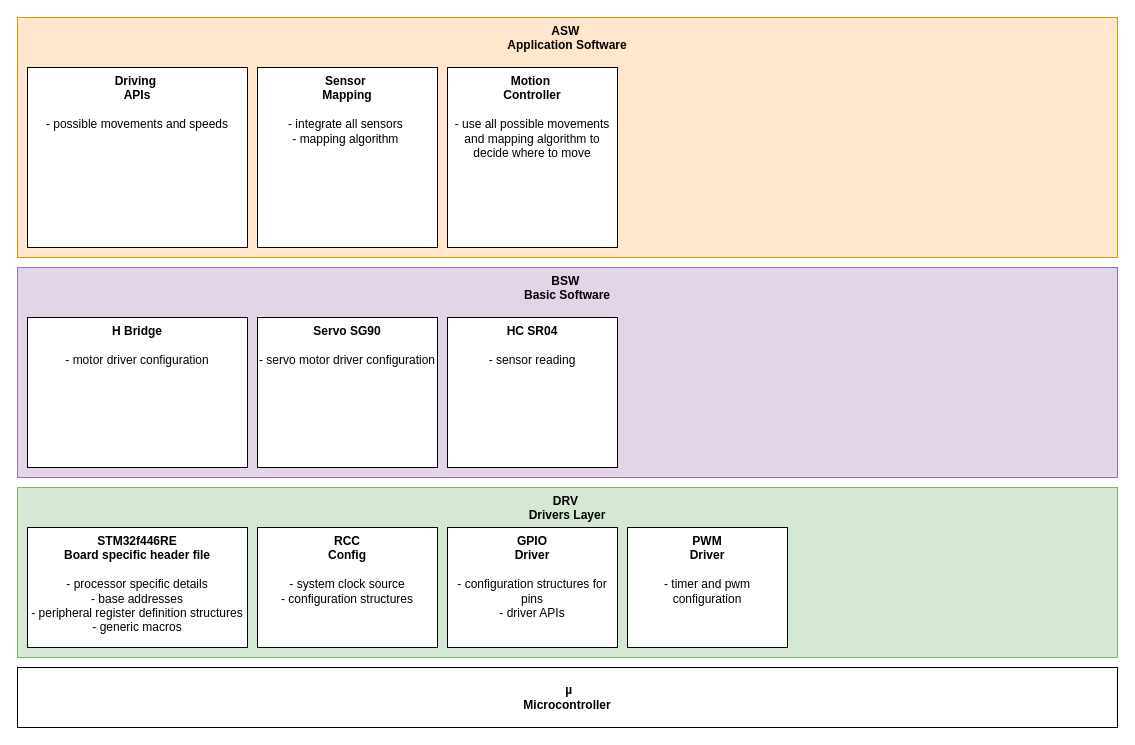
Above: page "Layers" (1 of 3) of Architecture/architecture.drawio in bogdancupsa/MobileRobotPlatform (draw.io), before the change. Source tidied: cells renumbered, new cells numbered last; positions are measured from the earlier drawing's top-left corner, leaving out a move shared by most shapes. Both pictures are drawn from the tidied source at 100%, with x=0, y=0 at pixel (17, 17).
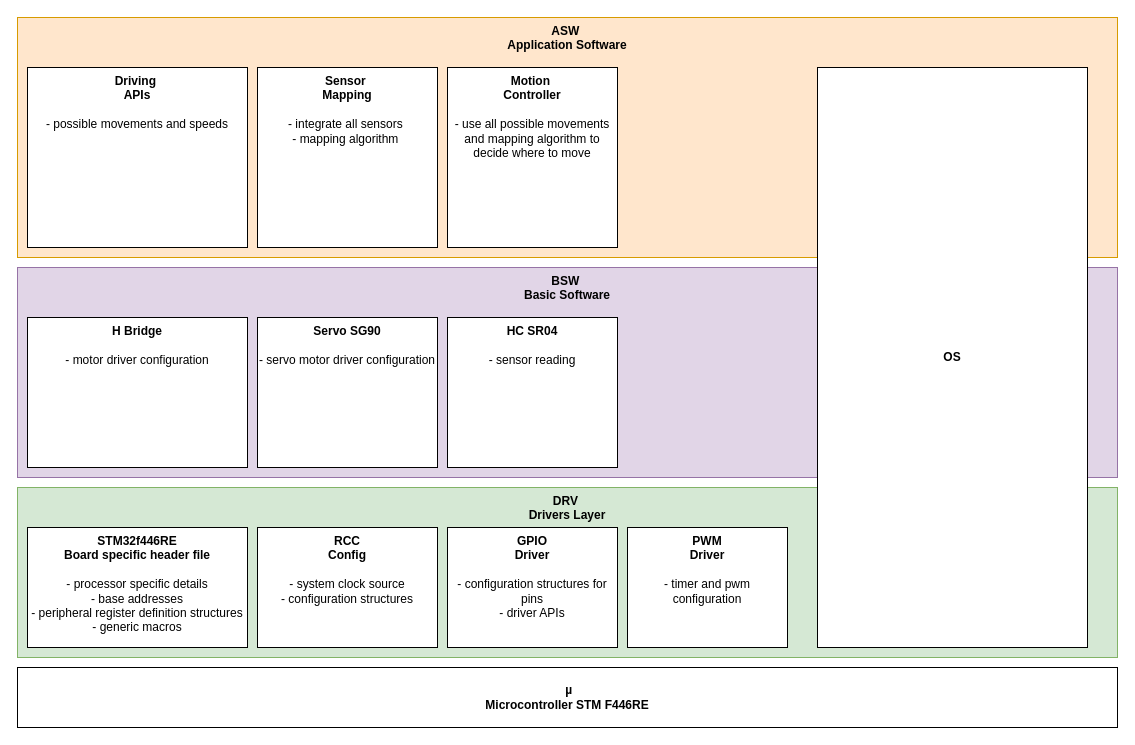
After the change.

Change to the diagram source:
```diff
@@
 <mxGraphModel>
   <root>
     <mxCell id="0" />
     <mxCell id="1" parent="0" />
-    <mxCell id="2" value="&lt;b&gt;&amp;nbsp;µ&lt;br&gt;Microcontroller&lt;/b&gt;" style="rounded=0;whiteSpace=wrap;html=1;" parent="1" vertex="1">
+    <mxCell id="2" value="&lt;b&gt;&amp;nbsp;µ&lt;br&gt;Microcontroller STM F446RE&lt;/b&gt;" style="rounded=0;whiteSpace=wrap;html=1;" parent="1" vertex="1">
       <mxGeometry y="650" width="1100" height="60" as="geometry" />
     </mxCell>
     <mxCell id="3" value="&lt;b&gt;BSW&amp;nbsp;&lt;/b&gt;&lt;div&gt;&lt;b&gt;Basic Software&lt;/b&gt;&lt;/div&gt;" style="rounded=0;whiteSpace=wrap;html=1;fillColor=#e1d5e7;strokeColor=#9673a6;verticalAlign=top;" parent="1" vertex="1">
       <mxGeometry y="250" width="1100" height="210" as="geometry" />
     </mxCell>
     <mxCell id="4" value="&lt;b&gt;ASW&amp;nbsp;&lt;/b&gt;&lt;div&gt;&lt;b&gt;Application Software&lt;/b&gt;&lt;/div&gt;" style="rounded=0;whiteSpace=wrap;html=1;fillColor=#ffe6cc;strokeColor=#d79b00;verticalAlign=top;" parent="1" vertex="1">
       <mxGeometry width="1100" height="240" as="geometry" />
     </mxCell>
     <mxCell id="5" value="&lt;b&gt;DRV&amp;nbsp;&lt;/b&gt;&lt;div&gt;&lt;b&gt;Drivers Layer&lt;/b&gt;&lt;/div&gt;" style="rounded=0;fillColor=#d5e8d4;strokeColor=#82b366;labelPosition=center;verticalLabelPosition=middle;align=center;verticalAlign=top;labelBackgroundColor=none;whiteSpace=wrap;html=1;" parent="1" vertex="1">
       <mxGeometry y="470" width="1100" height="170" as="geometry" />
     </mxCell>
     <mxCell id="6" value="&lt;b&gt;GPIO &lt;br&gt;Driver&lt;/b&gt;&lt;div&gt;&lt;b&gt;&lt;br&gt;&lt;/b&gt;&lt;/div&gt;&lt;div&gt;- configuration structures for pins&lt;/div&gt;&lt;div&gt;- driver APIs&lt;/div&gt;" style="rounded=0;whiteSpace=wrap;html=1;verticalAlign=top;" parent="1" vertex="1">
       <mxGeometry x="430" y="510" width="170" height="120" as="geometry" />
     </mxCell>
     <mxCell id="7" value="&lt;b&gt;RCC&lt;/b&gt;&lt;div&gt;&lt;b&gt;Config&lt;/b&gt;&lt;/div&gt;&lt;div&gt;&lt;b&gt;&lt;br&gt;&lt;/b&gt;&lt;/div&gt;&lt;div&gt;- system clock source&lt;/div&gt;&lt;div&gt;- configuration structures&lt;/div&gt;" style="rounded=0;whiteSpace=wrap;html=1;verticalAlign=top;" parent="1" vertex="1">
       <mxGeometry x="240" y="510" width="180" height="120" as="geometry" />
     </mxCell>
     <mxCell id="8" value="&lt;b&gt;STM32f446RE &lt;br&gt;Board specific header file&lt;/b&gt;&lt;div&gt;&lt;b&gt;&lt;br&gt;&lt;/b&gt;&lt;div&gt;- processor specific details&lt;/div&gt;&lt;div&gt;- base addresses&lt;/div&gt;&lt;div&gt;- peripheral register definition structures&lt;/div&gt;&lt;div&gt;- generic macros&lt;/div&gt;&lt;/div&gt;" style="rounded=0;whiteSpace=wrap;html=1;verticalAlign=top;" parent="1" vertex="1">
       <mxGeometry x="10" y="510" width="220" height="120" as="geometry" />
     </mxCell>
     <mxCell id="9" value="&lt;b&gt;H Bridge&lt;/b&gt;&lt;div&gt;&lt;b&gt;&lt;br&gt;&lt;/b&gt;&lt;/div&gt;&lt;div&gt;- motor driver configuration&lt;/div&gt;" style="rounded=0;whiteSpace=wrap;html=1;verticalAlign=top;" parent="1" vertex="1">
       <mxGeometry x="10" y="300" width="220" height="150" as="geometry" />
     </mxCell>
     <mxCell id="10" value="&lt;b&gt;HC SR04&lt;/b&gt;&lt;div&gt;&lt;b&gt;&lt;br&gt;&lt;/b&gt;&lt;/div&gt;&lt;div&gt;- sensor reading&lt;/div&gt;" style="rounded=0;whiteSpace=wrap;html=1;verticalAlign=top;" parent="1" vertex="1">
       <mxGeometry x="430" y="300" width="170" height="150" as="geometry" />
     </mxCell>
     <mxCell id="11" value="&lt;b&gt;PWM&lt;/b&gt;&lt;div&gt;&lt;b&gt;Driver&lt;/b&gt;&lt;/div&gt;&lt;div&gt;&lt;b&gt;&lt;br&gt;&lt;/b&gt;&lt;/div&gt;&lt;div&gt;- timer and pwm configuration&lt;/div&gt;" style="rounded=0;whiteSpace=wrap;html=1;verticalAlign=top;" parent="1" vertex="1">
       <mxGeometry x="610" y="510" width="160" height="120" as="geometry" />
     </mxCell>
     <mxCell id="12" value="&lt;div&gt;&lt;b&gt;Driving&amp;nbsp;&lt;/b&gt;&lt;/div&gt;&lt;div&gt;&lt;b&gt;APIs&lt;/b&gt;&lt;/div&gt;&lt;div&gt;&lt;b&gt;&lt;br&gt;&lt;/b&gt;&lt;/div&gt;&lt;div&gt;- possible movements and speeds&lt;/div&gt;" style="rounded=0;whiteSpace=wrap;html=1;verticalAlign=top;" parent="1" vertex="1">
       <mxGeometry x="10" y="50" width="220" height="180" as="geometry" />
     </mxCell>
     <mxCell id="13" value="&lt;b&gt;Sensor&amp;nbsp;&lt;/b&gt;&lt;div&gt;&lt;b&gt;Mapping&lt;/b&gt;&lt;/div&gt;&lt;div&gt;&lt;b&gt;&lt;br&gt;&lt;/b&gt;&lt;/div&gt;&lt;div&gt;- integrate all sensors&amp;nbsp;&lt;/div&gt;&lt;div&gt;- mapping algorithm&amp;nbsp;&lt;/div&gt;" style="rounded=0;whiteSpace=wrap;html=1;verticalAlign=top;" parent="1" vertex="1">
       <mxGeometry x="240" y="50" width="180" height="180" as="geometry" />
     </mxCell>
     <mxCell id="14" value="&lt;b&gt;Motion&amp;nbsp;&lt;/b&gt;&lt;div&gt;&lt;b&gt;Controller&lt;/b&gt;&lt;/div&gt;&lt;div&gt;&lt;b&gt;&lt;br&gt;&lt;/b&gt;&lt;/div&gt;&lt;div&gt;- use all possible movements and mapping algorithm to decide where to move&lt;/div&gt;" style="rounded=0;whiteSpace=wrap;html=1;verticalAlign=top;" parent="1" vertex="1">
       <mxGeometry x="430" y="50" width="170" height="180" as="geometry" />
     </mxCell>
     <mxCell id="15" value="&lt;b&gt;Servo SG90&lt;/b&gt;&lt;div&gt;&lt;b&gt;&lt;br&gt;&lt;/b&gt;&lt;/div&gt;&lt;div&gt;- servo motor driver configuration&lt;/div&gt;" style="rounded=0;whiteSpace=wrap;html=1;verticalAlign=top;" parent="1" vertex="1">
       <mxGeometry x="240" y="300" width="180" height="150" as="geometry" />
     </mxCell>
+    <mxCell id="16" value="&lt;b&gt;OS&lt;/b&gt;" style="rounded=0;whiteSpace=wrap;html=1;" parent="1" vertex="1">
+      <mxGeometry x="800" y="50" width="270" height="580" as="geometry" />
+    </mxCell>
   </root>
 </mxGraphModel>
```
